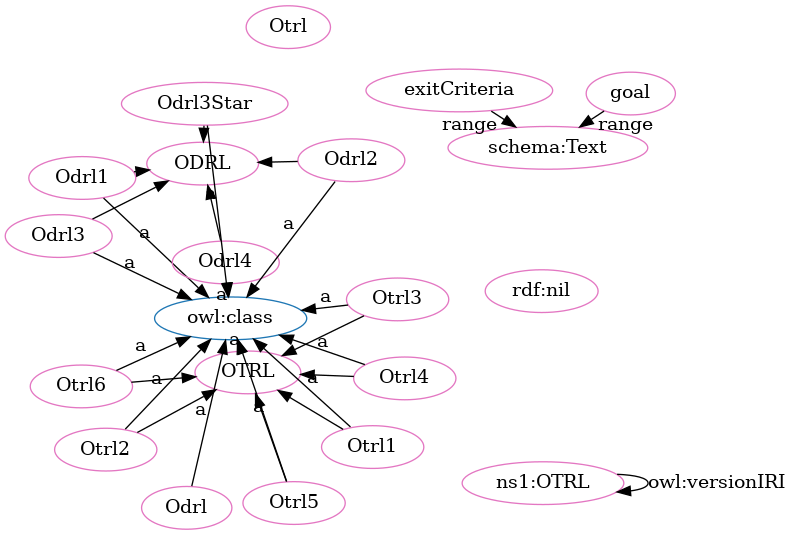
OPEN-NEXT/OKH-LOSH keeps this Graphviz diagram as OTRL-clean.png. Above is the earlier version. Its source is kept beside it as OTRL-clean.dot. Its diagram source:
```dot
digraph G {
  rankdir=BT
  node[height=.3]
"http://www.w3.org/2002/07/owl#class" [fillcolor="#1f77b4" color="#1f77b4" label="owl:class"]
"http://purl.org/oseg/ontologies/OTRL#ODRL" [fillcolor="#1f77b4" color="#1f77b4" label="ODRL"]
"http://purl.org/oseg/ontologies/OTRL#OTRL" [fillcolor="#1f77b4" color="#1f77b4" label="OTRL"]
"http://purl.org/oseg/ontologies/OTRL#Otrl6" [fillcolor="#e377c2" color="#e377c2" label="Otrl6"]
"http://purl.org/oseg/ontologies/OTRL#exitCriteria" [fillcolor="#e377c2" color="#e377c2" label="exitCriteria"]
"http://purl.org/oseg/ontologies/OTRL" [fillcolor="#e377c2" color="#e377c2" label="ns1:OTRL"]
"http://purl.org/oseg/ontologies/OTRL#Otrl" [fillcolor="#e377c2" color="#e377c2" label="Otrl"]
"http://purl.org/oseg/ontologies/OTRL#goal" [fillcolor="#e377c2" color="#e377c2" label="goal"]
"http://purl.org/oseg/ontologies/OTRL#OTRL" [fillcolor="#e377c2" color="#e377c2" label="OTRL"]
"http://purl.org/oseg/ontologies/OTRL#Otrl4" [fillcolor="#e377c2" color="#e377c2" label="Otrl4"]
"http://purl.org/oseg/ontologies/OTRL#Odrl1" [fillcolor="#e377c2" color="#e377c2" label="Odrl1"]
"http://www.w3.org/1999/02/22-rdf-syntax-ns#nil" [fillcolor="#e377c2" color="#e377c2" label="rdf:nil"]
"http://purl.org/oseg/ontologies/OTRL#Odrl" [fillcolor="#e377c2" color="#e377c2" label="Odrl"]
"http://purl.org/oseg/ontologies/OTRL#Otrl1" [fillcolor="#e377c2" color="#e377c2" label="Otrl1"]
"http://purl.org/oseg/ontologies/OTRL#Odrl4" [fillcolor="#e377c2" color="#e377c2" label="Odrl4"]
"http://purl.org/oseg/ontologies/OTRL#ODRL" [fillcolor="#e377c2" color="#e377c2" label="ODRL"]
"http://purl.org/oseg/ontologies/OTRL#Odrl3" [fillcolor="#e377c2" color="#e377c2" label="Odrl3"]
"http://purl.org/oseg/ontologies/OTRL#Otrl5" [fillcolor="#e377c2" color="#e377c2" label="Otrl5"]
"http://schema.org/Text" [fillcolor="#e377c2" color="#e377c2" label="schema:Text"]
"http://purl.org/oseg/ontologies/OTRL#Otrl2" [fillcolor="#e377c2" color="#e377c2" label="Otrl2"]
"http://purl.org/oseg/ontologies/OTRL#Odrl2" [fillcolor="#e377c2" color="#e377c2" label="Odrl2"]
"http://purl.org/oseg/ontologies/OTRL#Otrl3" [fillcolor="#e377c2" color="#e377c2" label="Otrl3"]
"http://purl.org/oseg/ontologies/OTRL#Odrl3Star" [fillcolor="#e377c2" color="#e377c2" label="Odrl3Star"]
  "http://purl.org/oseg/ontologies/OTRL#Otrl6" -> "http://www.w3.org/2002/07/owl#class" [label="a"]
  "http://purl.org/oseg/ontologies/OTRL" -> "http://purl.org/oseg/ontologies/OTRL" [label="owl:versionIRI"]
  "http://purl.org/oseg/ontologies/OTRL#Otrl4" -> "http://www.w3.org/2002/07/owl#class" [label="a"]
  "http://purl.org/oseg/ontologies/OTRL#Odrl3Star" -> "http://purl.org/oseg/ontologies/OTRL#ODRL" [label=""]
  "http://purl.org/oseg/ontologies/OTRL#Odrl3" -> "http://www.w3.org/2002/07/owl#class" [label="a"]
  "http://purl.org/oseg/ontologies/OTRL#Otrl5" -> "http://www.w3.org/2002/07/owl#class" [label="a"]
  "http://purl.org/oseg/ontologies/OTRL#Odrl2" -> "http://purl.org/oseg/ontologies/OTRL#ODRL" [label=""]
  "http://purl.org/oseg/ontologies/OTRL#Odrl4" -> "http://purl.org/oseg/ontologies/OTRL#ODRL" [label=""]
  "http://purl.org/oseg/ontologies/OTRL#Odrl3" -> "http://purl.org/oseg/ontologies/OTRL#ODRL" [label=""]
  "http://purl.org/oseg/ontologies/OTRL#Otrl2" -> "http://www.w3.org/2002/07/owl#class" [label="a"]
  "http://purl.org/oseg/ontologies/OTRL#Odrl2" -> "http://www.w3.org/2002/07/owl#class" [label="a"]
  "http://purl.org/oseg/ontologies/OTRL#Otrl3" -> "http://www.w3.org/2002/07/owl#class" [label="a"]
  "http://purl.org/oseg/ontologies/OTRL#Otrl2" -> "http://purl.org/oseg/ontologies/OTRL#OTRL" [label=""]
  "http://purl.org/oseg/ontologies/OTRL#Odrl1" -> "http://purl.org/oseg/ontologies/OTRL#ODRL" [label=""]
  "http://purl.org/oseg/ontologies/OTRL#Otrl1" -> "http://purl.org/oseg/ontologies/OTRL#OTRL" [label=""]
  "http://purl.org/oseg/ontologies/OTRL#Odrl3Star" -> "http://www.w3.org/2002/07/owl#class" [label="a"]
  "http://purl.org/oseg/ontologies/OTRL#Otrl3" -> "http://purl.org/oseg/ontologies/OTRL#OTRL" [label=""]
  "http://purl.org/oseg/ontologies/OTRL#OTRL" -> "http://www.w3.org/2002/07/owl#class" [label="a"]
  "http://purl.org/oseg/ontologies/OTRL#Odrl1" -> "http://www.w3.org/2002/07/owl#class" [label="a"]
  "http://purl.org/oseg/ontologies/OTRL#Otrl1" -> "http://www.w3.org/2002/07/owl#class" [label="a"]
  "http://purl.org/oseg/ontologies/OTRL#Odrl4" -> "http://www.w3.org/2002/07/owl#class" [label="a"]
  "http://purl.org/oseg/ontologies/OTRL#exitCriteria" -> "http://schema.org/Text" [label="range"]
  "http://purl.org/oseg/ontologies/OTRL#goal" -> "http://schema.org/Text" [label="range"]
  "http://purl.org/oseg/ontologies/OTRL#Odrl" -> "http://www.w3.org/2002/07/owl#class" [label="a"]
  "http://purl.org/oseg/ontologies/OTRL#Otrl6" -> "http://purl.org/oseg/ontologies/OTRL#OTRL" [label=""]
  "http://purl.org/oseg/ontologies/OTRL#Otrl4" -> "http://purl.org/oseg/ontologies/OTRL#OTRL" [label=""]
  "http://purl.org/oseg/ontologies/OTRL#Otrl5" -> "http://purl.org/oseg/ontologies/OTRL#OTRL" [label=""]
}
```
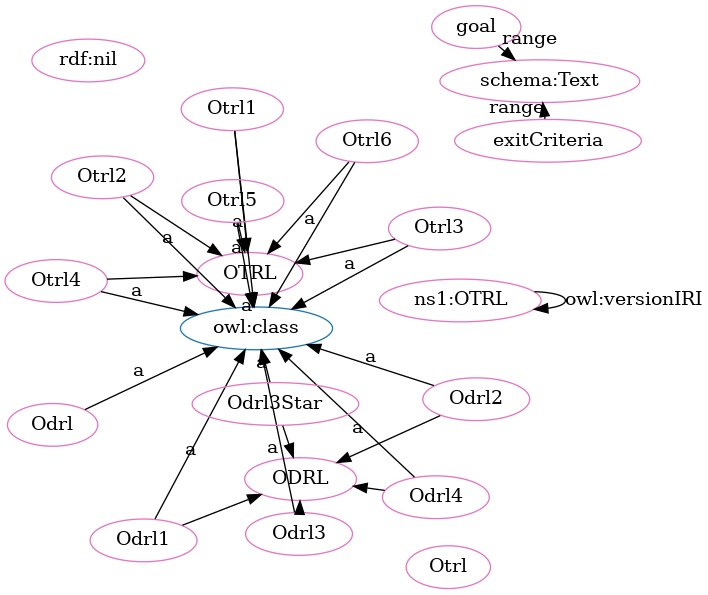
After the change.

What changed in the source:
```diff
@@ -2,53 +2,53 @@
   rankdir=BT
   node[height=.3]
 "http://www.w3.org/2002/07/owl#class" [fillcolor="#1f77b4" color="#1f77b4" label="owl:class"]
+"http://purl.org/oseg/ontologies/OTRL#OTRL" [fillcolor="#1f77b4" color="#1f77b4" label="OTRL"]
 "http://purl.org/oseg/ontologies/OTRL#ODRL" [fillcolor="#1f77b4" color="#1f77b4" label="ODRL"]
-"http://purl.org/oseg/ontologies/OTRL#OTRL" [fillcolor="#1f77b4" color="#1f77b4" label="OTRL"]
+"http://purl.org/oseg/ontologies/OTRL#Otrl1" [fillcolor="#e377c2" color="#e377c2" label="Otrl1"]
+"http://purl.org/oseg/ontologies/OTRL#Otrl3" [fillcolor="#e377c2" color="#e377c2" label="Otrl3"]
+"http://www.w3.org/1999/02/22-rdf-syntax-ns#nil" [fillcolor="#e377c2" color="#e377c2" label="rdf:nil"]
+"http://purl.org/oseg/ontologies/OTRL#OTRL" [fillcolor="#e377c2" color="#e377c2" label="OTRL"]
+"http://purl.org/oseg/ontologies/OTRL#goal" [fillcolor="#e377c2" color="#e377c2" label="goal"]
+"http://purl.org/oseg/ontologies/OTRL#Otrl" [fillcolor="#e377c2" color="#e377c2" label="Otrl"]
+"http://schema.org/Text" [fillcolor="#e377c2" color="#e377c2" label="schema:Text"]
+"http://purl.org/oseg/ontologies/OTRL#ODRL" [fillcolor="#e377c2" color="#e377c2" label="ODRL"]
+"http://purl.org/oseg/ontologies/OTRL#Otrl2" [fillcolor="#e377c2" color="#e377c2" label="Otrl2"]
+"http://purl.org/oseg/ontologies/OTRL#Odrl1" [fillcolor="#e377c2" color="#e377c2" label="Odrl1"]
+"http://purl.org/oseg/ontologies/OTRL#Odrl4" [fillcolor="#e377c2" color="#e377c2" label="Odrl4"]
+"http://purl.org/oseg/ontologies/OTRL#Odrl" [fillcolor="#e377c2" color="#e377c2" label="Odrl"]
+"http://purl.org/oseg/ontologies/OTRL" [fillcolor="#e377c2" color="#e377c2" label="ns1:OTRL"]
+"http://purl.org/oseg/ontologies/OTRL#Odrl3" [fillcolor="#e377c2" color="#e377c2" label="Odrl3"]
+"http://purl.org/oseg/ontologies/OTRL#Odrl3Star" [fillcolor="#e377c2" color="#e377c2" label="Odrl3Star"]
+"http://purl.org/oseg/ontologies/OTRL#Otrl4" [fillcolor="#e377c2" color="#e377c2" label="Otrl4"]
+"http://purl.org/oseg/ontologies/OTRL#Odrl2" [fillcolor="#e377c2" color="#e377c2" label="Odrl2"]
 "http://purl.org/oseg/ontologies/OTRL#Otrl6" [fillcolor="#e377c2" color="#e377c2" label="Otrl6"]
+"http://purl.org/oseg/ontologies/OTRL#Otrl5" [fillcolor="#e377c2" color="#e377c2" label="Otrl5"]
 "http://purl.org/oseg/ontologies/OTRL#exitCriteria" [fillcolor="#e377c2" color="#e377c2" label="exitCriteria"]
-"http://purl.org/oseg/ontologies/OTRL" [fillcolor="#e377c2" color="#e377c2" label="ns1:OTRL"]
-"http://purl.org/oseg/ontologies/OTRL#Otrl" [fillcolor="#e377c2" color="#e377c2" label="Otrl"]
-"http://purl.org/oseg/ontologies/OTRL#goal" [fillcolor="#e377c2" color="#e377c2" label="goal"]
-"http://purl.org/oseg/ontologies/OTRL#OTRL" [fillcolor="#e377c2" color="#e377c2" label="OTRL"]
-"http://purl.org/oseg/ontologies/OTRL#Otrl4" [fillcolor="#e377c2" color="#e377c2" label="Otrl4"]
-"http://purl.org/oseg/ontologies/OTRL#Odrl1" [fillcolor="#e377c2" color="#e377c2" label="Odrl1"]
-"http://www.w3.org/1999/02/22-rdf-syntax-ns#nil" [fillcolor="#e377c2" color="#e377c2" label="rdf:nil"]
-"http://purl.org/oseg/ontologies/OTRL#Odrl" [fillcolor="#e377c2" color="#e377c2" label="Odrl"]
-"http://purl.org/oseg/ontologies/OTRL#Otrl1" [fillcolor="#e377c2" color="#e377c2" label="Otrl1"]
-"http://purl.org/oseg/ontologies/OTRL#Odrl4" [fillcolor="#e377c2" color="#e377c2" label="Odrl4"]
-"http://purl.org/oseg/ontologies/OTRL#ODRL" [fillcolor="#e377c2" color="#e377c2" label="ODRL"]
-"http://purl.org/oseg/ontologies/OTRL#Odrl3" [fillcolor="#e377c2" color="#e377c2" label="Odrl3"]
-"http://purl.org/oseg/ontologies/OTRL#Otrl5" [fillcolor="#e377c2" color="#e377c2" label="Otrl5"]
-"http://schema.org/Text" [fillcolor="#e377c2" color="#e377c2" label="schema:Text"]
-"http://purl.org/oseg/ontologies/OTRL#Otrl2" [fillcolor="#e377c2" color="#e377c2" label="Otrl2"]
-"http://purl.org/oseg/ontologies/OTRL#Odrl2" [fillcolor="#e377c2" color="#e377c2" label="Odrl2"]
-"http://purl.org/oseg/ontologies/OTRL#Otrl3" [fillcolor="#e377c2" color="#e377c2" label="Otrl3"]
-"http://purl.org/oseg/ontologies/OTRL#Odrl3Star" [fillcolor="#e377c2" color="#e377c2" label="Odrl3Star"]
-  "http://purl.org/oseg/ontologies/OTRL#Otrl6" -> "http://www.w3.org/2002/07/owl#class" [label="a"]
-  "http://purl.org/oseg/ontologies/OTRL" -> "http://purl.org/oseg/ontologies/OTRL" [label="owl:versionIRI"]
-  "http://purl.org/oseg/ontologies/OTRL#Otrl4" -> "http://www.w3.org/2002/07/owl#class" [label="a"]
-  "http://purl.org/oseg/ontologies/OTRL#Odrl3Star" -> "http://purl.org/oseg/ontologies/OTRL#ODRL" [label=""]
-  "http://purl.org/oseg/ontologies/OTRL#Odrl3" -> "http://www.w3.org/2002/07/owl#class" [label="a"]
-  "http://purl.org/oseg/ontologies/OTRL#Otrl5" -> "http://www.w3.org/2002/07/owl#class" [label="a"]
-  "http://purl.org/oseg/ontologies/OTRL#Odrl2" -> "http://purl.org/oseg/ontologies/OTRL#ODRL" [label=""]
-  "http://purl.org/oseg/ontologies/OTRL#Odrl4" -> "http://purl.org/oseg/ontologies/OTRL#ODRL" [label=""]
-  "http://purl.org/oseg/ontologies/OTRL#Odrl3" -> "http://purl.org/oseg/ontologies/OTRL#ODRL" [label=""]
-  "http://purl.org/oseg/ontologies/OTRL#Otrl2" -> "http://www.w3.org/2002/07/owl#class" [label="a"]
-  "http://purl.org/oseg/ontologies/OTRL#Odrl2" -> "http://www.w3.org/2002/07/owl#class" [label="a"]
-  "http://purl.org/oseg/ontologies/OTRL#Otrl3" -> "http://www.w3.org/2002/07/owl#class" [label="a"]
-  "http://purl.org/oseg/ontologies/OTRL#Otrl2" -> "http://purl.org/oseg/ontologies/OTRL#OTRL" [label=""]
-  "http://purl.org/oseg/ontologies/OTRL#Odrl1" -> "http://purl.org/oseg/ontologies/OTRL#ODRL" [label=""]
-  "http://purl.org/oseg/ontologies/OTRL#Otrl1" -> "http://purl.org/oseg/ontologies/OTRL#OTRL" [label=""]
-  "http://purl.org/oseg/ontologies/OTRL#Odrl3Star" -> "http://www.w3.org/2002/07/owl#class" [label="a"]
-  "http://purl.org/oseg/ontologies/OTRL#Otrl3" -> "http://purl.org/oseg/ontologies/OTRL#OTRL" [label=""]
-  "http://purl.org/oseg/ontologies/OTRL#OTRL" -> "http://www.w3.org/2002/07/owl#class" [label="a"]
-  "http://purl.org/oseg/ontologies/OTRL#Odrl1" -> "http://www.w3.org/2002/07/owl#class" [label="a"]
-  "http://purl.org/oseg/ontologies/OTRL#Otrl1" -> "http://www.w3.org/2002/07/owl#class" [label="a"]
-  "http://purl.org/oseg/ontologies/OTRL#Odrl4" -> "http://www.w3.org/2002/07/owl#class" [label="a"]
-  "http://purl.org/oseg/ontologies/OTRL#exitCriteria" -> "http://schema.org/Text" [label="range"]
   "http://purl.org/oseg/ontologies/OTRL#goal" -> "http://schema.org/Text" [label="range"]
-  "http://purl.org/oseg/ontologies/OTRL#Odrl" -> "http://www.w3.org/2002/07/owl#class" [label="a"]
-  "http://purl.org/oseg/ontologies/OTRL#Otrl6" -> "http://purl.org/oseg/ontologies/OTRL#OTRL" [label=""]
   "http://purl.org/oseg/ontologies/OTRL#Otrl4" -> "http://purl.org/oseg/ontologies/OTRL#OTRL" [label=""]
   "http://purl.org/oseg/ontologies/OTRL#Otrl5" -> "http://purl.org/oseg/ontologies/OTRL#OTRL" [label=""]
+  "http://purl.org/oseg/ontologies/OTRL#Odrl3" -> "http://purl.org/oseg/ontologies/OTRL#ODRL" [label=""]
+  "http://purl.org/oseg/ontologies/OTRL#Otrl2" -> "http://purl.org/oseg/ontologies/OTRL#OTRL" [label=""]
+  "http://purl.org/oseg/ontologies/OTRL#Odrl4" -> "http://www.w3.org/2002/07/owl#class" [label="a"]
+  "http://purl.org/oseg/ontologies/OTRL#Otrl6" -> "http://purl.org/oseg/ontologies/OTRL#OTRL" [label=""]
+  "http://purl.org/oseg/ontologies/OTRL#Odrl3Star" -> "http://www.w3.org/2002/07/owl#class" [label="a"]
+  "http://purl.org/oseg/ontologies/OTRL#Otrl6" -> "http://www.w3.org/2002/07/owl#class" [label="a"]
+  "http://purl.org/oseg/ontologies/OTRL#Odrl2" -> "http://purl.org/oseg/ontologies/OTRL#ODRL" [label=""]
+  "http://purl.org/oseg/ontologies/OTRL#Otrl1" -> "http://purl.org/oseg/ontologies/OTRL#OTRL" [label=""]
+  "http://purl.org/oseg/ontologies/OTRL#Otrl1" -> "http://www.w3.org/2002/07/owl#class" [label="a"]
+  "http://purl.org/oseg/ontologies/OTRL#Otrl3" -> "http://www.w3.org/2002/07/owl#class" [label="a"]
+  "http://purl.org/oseg/ontologies/OTRL#Otrl3" -> "http://purl.org/oseg/ontologies/OTRL#OTRL" [label=""]
+  "http://purl.org/oseg/ontologies/OTRL#Otrl2" -> "http://www.w3.org/2002/07/owl#class" [label="a"]
+  "http://purl.org/oseg/ontologies/OTRL#Odrl1" -> "http://www.w3.org/2002/07/owl#class" [label="a"]
+  "http://purl.org/oseg/ontologies/OTRL#Odrl1" -> "http://purl.org/oseg/ontologies/OTRL#ODRL" [label=""]
+  "http://purl.org/oseg/ontologies/OTRL" -> "http://purl.org/oseg/ontologies/OTRL" [label="owl:versionIRI"]
+  "http://purl.org/oseg/ontologies/OTRL#Odrl" -> "http://www.w3.org/2002/07/owl#class" [label="a"]
+  "http://purl.org/oseg/ontologies/OTRL#Odrl4" -> "http://purl.org/oseg/ontologies/OTRL#ODRL" [label=""]
+  "http://purl.org/oseg/ontologies/OTRL#Odrl3" -> "http://www.w3.org/2002/07/owl#class" [label="a"]
+  "http://purl.org/oseg/ontologies/OTRL#Otrl4" -> "http://www.w3.org/2002/07/owl#class" [label="a"]
+  "http://purl.org/oseg/ontologies/OTRL#Odrl2" -> "http://www.w3.org/2002/07/owl#class" [label="a"]
+  "http://purl.org/oseg/ontologies/OTRL#Otrl5" -> "http://www.w3.org/2002/07/owl#class" [label="a"]
+  "http://purl.org/oseg/ontologies/OTRL#Odrl3Star" -> "http://purl.org/oseg/ontologies/OTRL#ODRL" [label=""]
+  "http://purl.org/oseg/ontologies/OTRL#exitCriteria" -> "http://schema.org/Text" [label="range"]
+  "http://purl.org/oseg/ontologies/OTRL#OTRL" -> "http://www.w3.org/2002/07/owl#class" [label="a"]
 }
```
